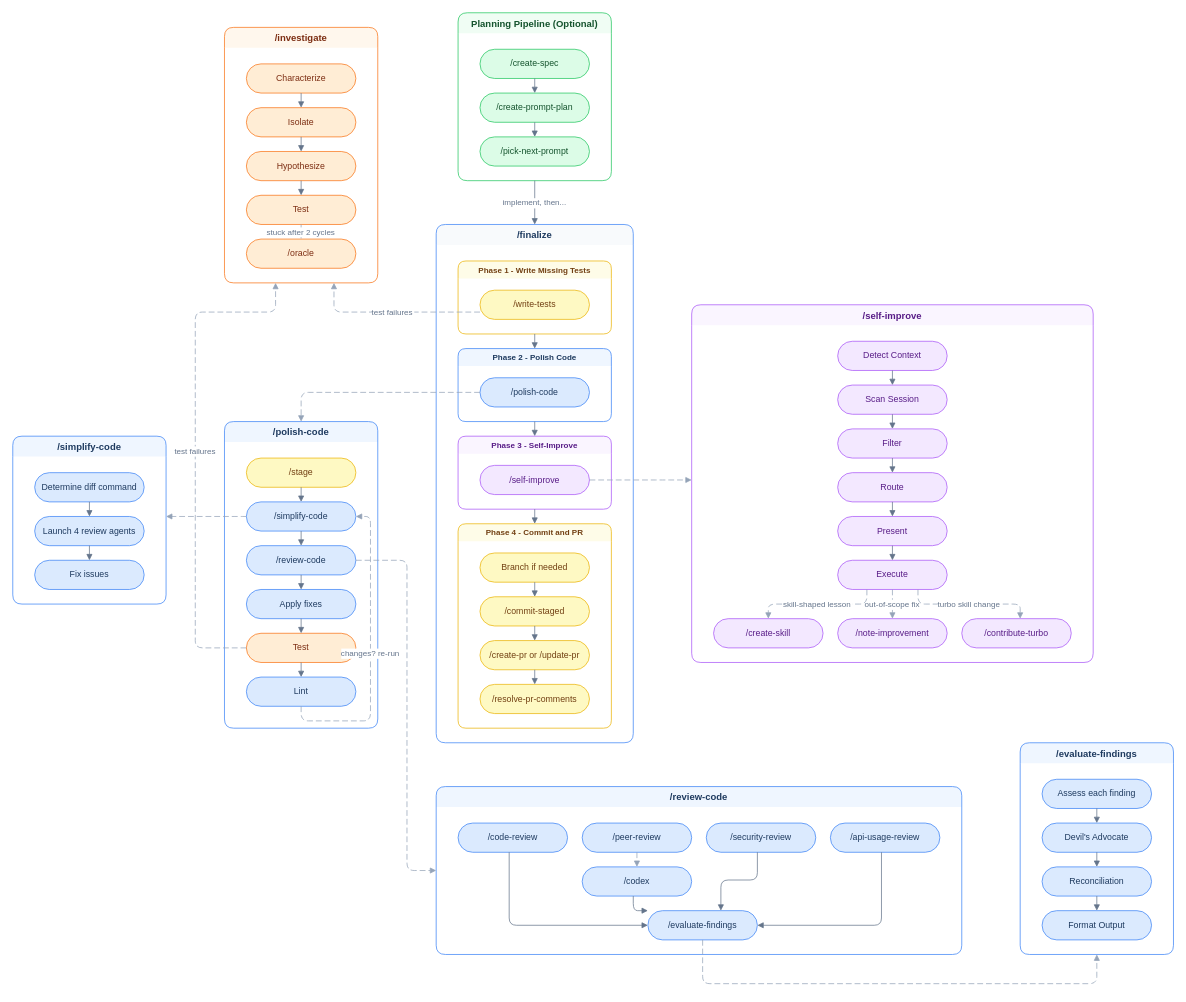
The draw.io diagram assets/how-skills-connect.drawio in nathan-hayashi/turbo, before the edit. Source tidied: cells renumbered, new cells numbered last; positions are measured from the earlier drawing's top-left corner, leaving out a move shared by most shapes. Both pictures are drawn from the tidied source at 73%, with x=0, y=0 at pixel (12, 12).
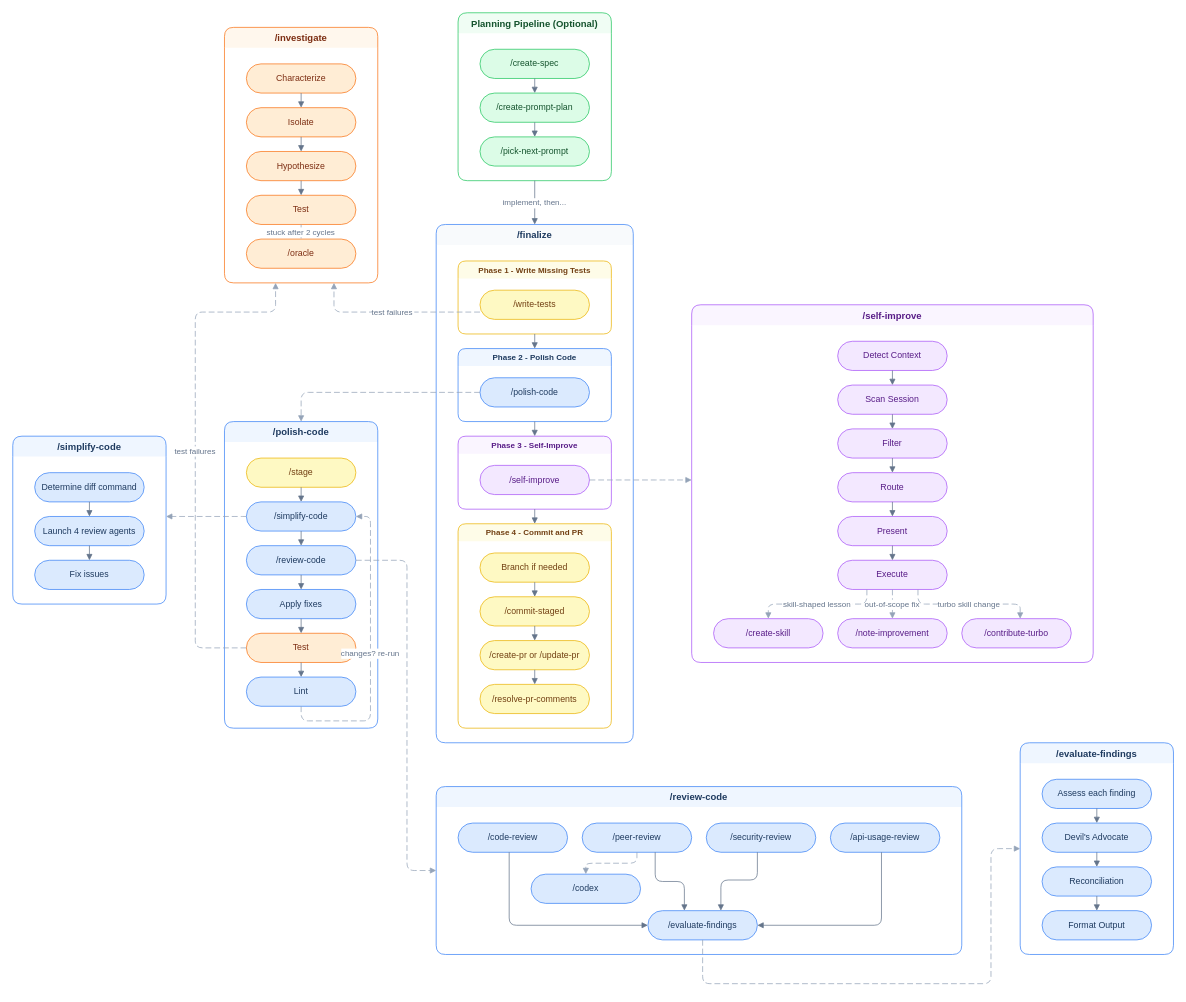
The same diagram, later.

Commit message (it also covers changes not shown here):
Update draw.io diagram layout and re-export SVG

Unchanged cells that the change refers to:
```xml
<mxCell id="63" value="/review-code" style="swimlane;startSize=28;rounded=1;fillColor=#eff6ff;strokeColor=#3b82f6;fontColor=#1e3a5f;fontStyle=1;fontSize=13;swimlaneLine=0;" parent="1" vertex="1">
  <mxGeometry x="580" y="1060" width="720" height="230" as="geometry" />
</mxCell>
<mxCell id="66" value="/peer-review" style="rounded=1;whiteSpace=wrap;html=1;arcSize=50;fillColor=#dbeafe;strokeColor=#3b82f6;fontColor=#1e3a5f;fontSize=12;" parent="63" vertex="1">
  <mxGeometry x="200" y="50" width="150" height="40" as="geometry" />
</mxCell>
<mxCell id="69" value="/evaluate-findings" style="rounded=1;whiteSpace=wrap;html=1;arcSize=50;fillColor=#dbeafe;strokeColor=#3b82f6;fontColor=#1e3a5f;fontSize=12;" parent="63" vertex="1">
  <mxGeometry x="290" y="170" width="150" height="40" as="geometry" />
</mxCell>
<mxCell id="75" value="/evaluate-findings" style="swimlane;startSize=28;rounded=1;fillColor=#eff6ff;strokeColor=#3b82f6;fontColor=#1e3a5f;fontStyle=1;fontSize=13;swimlaneLine=0;" parent="1" vertex="1">
  <mxGeometry x="1380" y="1000" width="210" height="290" as="geometry" />
</mxCell>
```

Diff of the diagram source:
```diff
@@
     <mxCell id="67" value="/codex" style="rounded=1;whiteSpace=wrap;html=1;arcSize=50;fillColor=#dbeafe;strokeColor=#3b82f6;fontColor=#1e3a5f;fontSize=12;" parent="63" vertex="1">
-      <mxGeometry x="200" y="110" width="150" height="40" as="geometry" />
+      <mxGeometry x="130" y="120" width="150" height="40" as="geometry" />
     </mxCell>
@@
-    <mxCell id="74" style="endArrow=block;endFill=1;rounded=1;edgeStyle=orthogonalEdgeStyle;strokeColor=#64748b;" parent="63" edge="1" source="67" target="69">
+    <mxCell id="74" style="endArrow=block;endFill=1;rounded=1;edgeStyle=orthogonalEdgeStyle;strokeColor=#64748b;" parent="63" edge="1" source="66" target="69">
       <mxGeometry relative="1" as="geometry">
         <Array as="points">
-          <mxPoint x="270" y="170" />
-          <mxPoint x="330" y="170" />
+          <mxPoint x="300" y="130" />
+          <mxPoint x="340" y="130" />
         </Array>
       </mxGeometry>
     </mxCell>
@@
     <mxCell id="100" style="dashed=1;dashPattern=8 4;endArrow=block;endFill=1;rounded=1;edgeStyle=orthogonalEdgeStyle;strokeColor=#94a3b8;fontSize=11;fontColor=#64748b;" parent="1" edge="1" source="69" target="75">
       <mxGeometry relative="1" as="geometry">
         <Array as="points">
           <mxPoint x="945" y="1330" />
-          <mxPoint x="1485" y="1330" />
+          <mxPoint x="1340" y="1330" />
+          <mxPoint x="1340" y="1145" />
         </Array>
       </mxGeometry>
     </mxCell>
```
